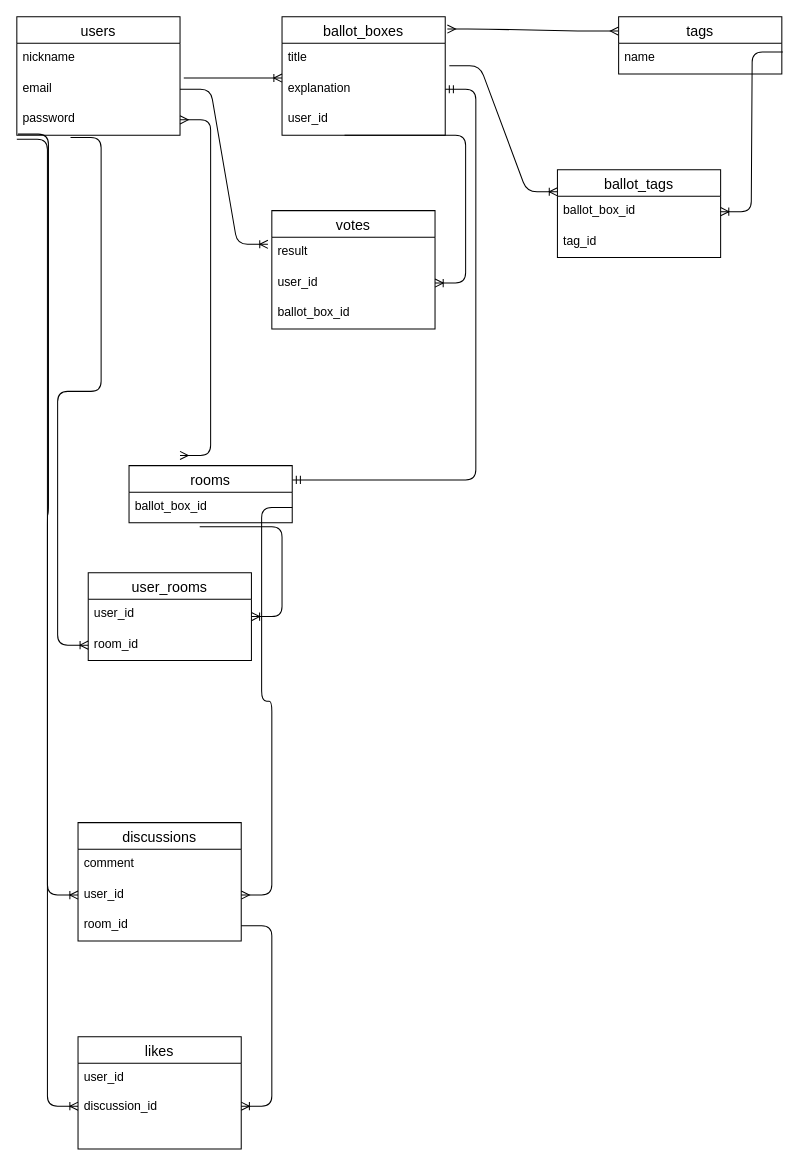
wwwyo/proscons keeps this draw.io diagram as ER.dio. Above is the earlier version. Source tidied: cells renumbered, new cells numbered last; positions are measured from the earlier drawing's top-left corner, leaving out a move shared by most shapes. Both pictures are drawn from the tidied source at 102%, with x=0, y=0 at pixel (16, 16).
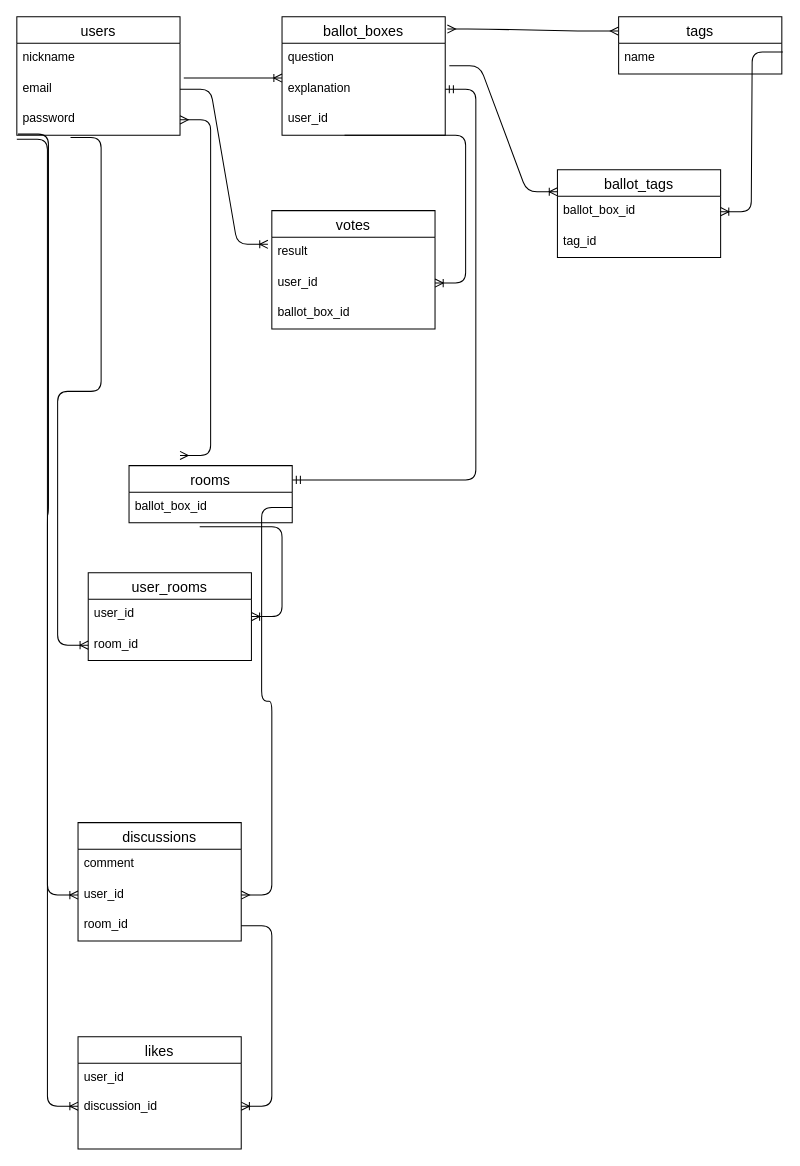
Above is the later version.

Commit message (it also covers changes not shown here):
Rename: title, explanation

The change refers to these unchanged cells:
```xml
<mxCell id="6" value="ballot_boxes" style="swimlane;fontStyle=0;horizontal=1;startSize=26;align=center;fontSize=14;" parent="1" vertex="1">
  <mxGeometry x="260" width="160" height="116" as="geometry" />
</mxCell>
```

What changed in the source:
```diff
@@
-    <mxCell id="7" value="title" style="text;strokeColor=none;fillColor=none;spacingLeft=4;spacingRight=4;overflow=hidden;points=[[0,0.5],[1,0.5]];portConstraint=eastwest;fontSize=12;" parent="6" vertex="1">
+    <mxCell id="7" value="question" style="text;strokeColor=none;fillColor=none;spacingLeft=4;spacingRight=4;overflow=hidden;points=[[0,0.5],[1,0.5]];portConstraint=eastwest;fontSize=12;" parent="6" vertex="1">
       <mxGeometry y="26" width="160" height="30" as="geometry" />
     </mxCell>
```
